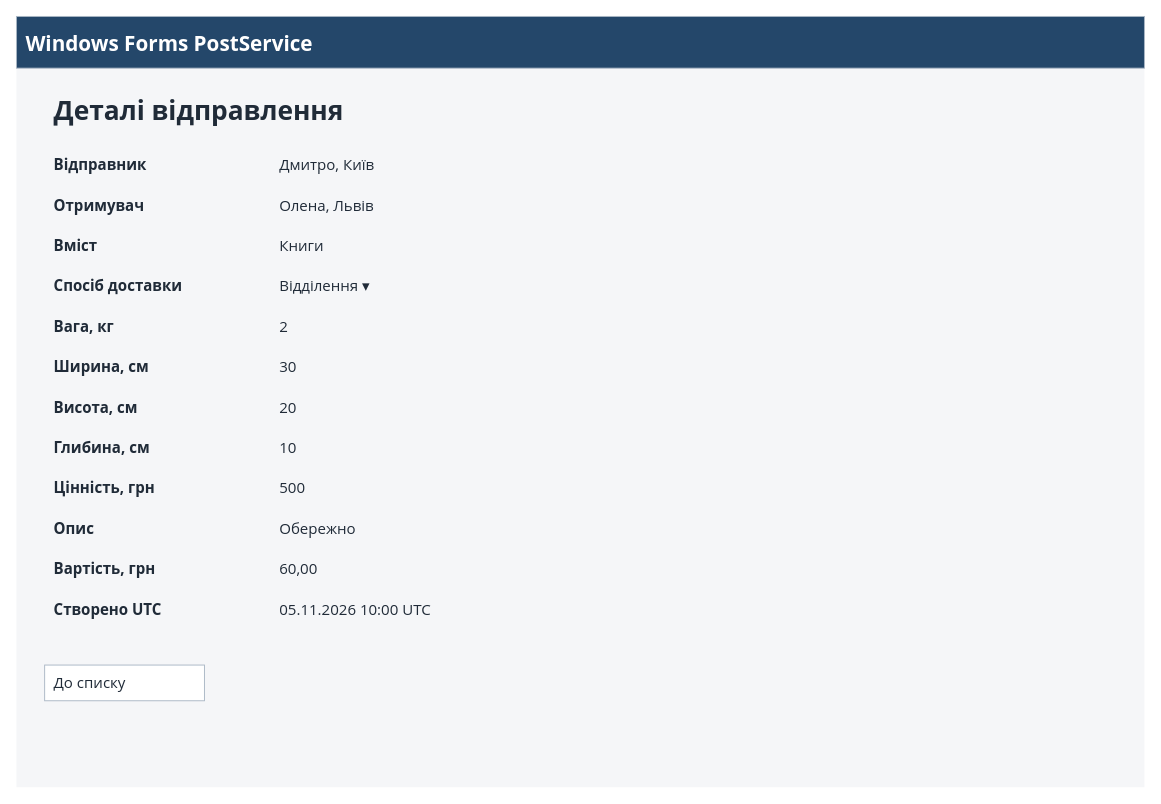
Before: page "win-details" (5 of 16) of Компоненти програмної інженерії/ПР-44 Макети/PostService.drawio in On1-kode/posta3.0-ta-inshi-practichni, a draw.io diagram. Source tidied: cells renumbered, new cells numbered last; positions are measured from the earlier drawing's top-left corner, leaving out a move shared by most shapes. Both pictures are drawn from the tidied source at 94%, with x=0, y=0 at pixel (16, 16).
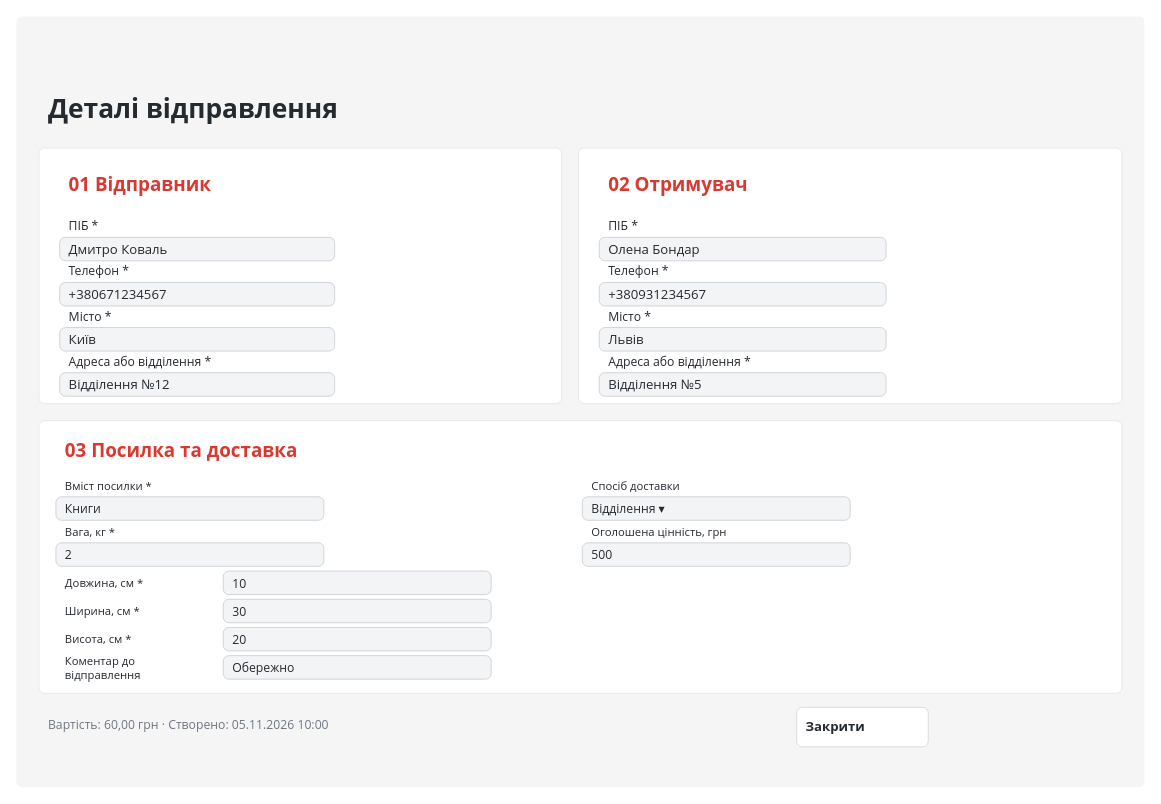
The same diagram, later.

The edit, as a diff of the source:
```diff
@@
-    <mxCell id="2" style="rounded=0;whiteSpace=wrap;html=0;fillColor=#f5f6f8;strokeColor=none;fontFamily=Segoe UI;fontSize=16;fontColor=#202b38;fontStyle=0;align=left;verticalAlign=middle;spacing=10;" parent="1" vertex="1">
+    <mxCell id="2" style="rounded=1;absoluteArcSize=1;arcSize=12;whiteSpace=wrap;html=0;fillColor=#f5f5f6;strokeColor=none;fontFamily=Segoe UI;fontSize=15;fontColor=#252a31;fontStyle=0;align=left;verticalAlign=middle;spacing=10;" parent="1" vertex="1">
       <mxGeometry width="1200" height="820" as="geometry" />
     </mxCell>
-    <mxCell id="3" value="Windows Forms   PostService" style="rounded=0;whiteSpace=wrap;html=0;fillColor=#24476a;strokeColor=#aab7c5;fontFamily=Segoe UI;fontSize=22;fontColor=#ffffff;fontStyle=1;align=left;verticalAlign=middle;spacing=10;" parent="1" vertex="1">
-      <mxGeometry width="1200" height="55" as="geometry" />
+    <mxCell id="3" value="Деталі відправлення" style="rounded=1;absoluteArcSize=1;arcSize=12;whiteSpace=wrap;html=0;fillColor=none;strokeColor=none;fontFamily=Segoe UI;fontSize=28;fontColor=#252a31;fontStyle=1;align=left;verticalAlign=middle;spacing=10;" parent="1" vertex="1">
+      <mxGeometry x="24" y="70" width="1152" height="55" as="geometry" />
     </mxCell>
-    <mxCell id="4" value="Деталі відправлення" style="rounded=0;whiteSpace=wrap;html=0;fillColor=none;strokeColor=none;fontFamily=Segoe UI;fontSize=28;fontColor=#202b38;fontStyle=1;align=left;verticalAlign=middle;spacing=10;" parent="1" vertex="1">
-      <mxGeometry x="30" y="75" width="1050" height="50" as="geometry" />
+    <mxCell id="4" style="rounded=1;absoluteArcSize=1;arcSize=12;whiteSpace=wrap;html=0;fillColor=#ffffff;strokeColor=#e5e7eb;fontFamily=Segoe UI;fontSize=15;fontColor=#252a31;fontStyle=0;align=left;verticalAlign=middle;spacing=10;" parent="1" vertex="1">
+      <mxGeometry x="24" y="140" width="556" height="272" as="geometry" />
     </mxCell>
-    <mxCell id="5" value="Відправник" style="rounded=0;whiteSpace=wrap;html=0;fillColor=none;strokeColor=none;fontFamily=Segoe UI;fontSize=16;fontColor=#202b38;fontStyle=1;align=left;verticalAlign=middle;spacing=10;" parent="1" vertex="1">
-      <mxGeometry x="30" y="140" width="220" height="36" as="geometry" />
+    <mxCell id="5" value="01  Відправник" style="rounded=1;absoluteArcSize=1;arcSize=12;whiteSpace=wrap;html=0;fillColor=none;strokeColor=none;fontFamily=Segoe UI;fontSize=20;fontColor=#d83a32;fontStyle=1;align=left;verticalAlign=middle;spacing=10;" parent="1" vertex="1">
+      <mxGeometry x="46" y="158" width="512" height="40" as="geometry" />
     </mxCell>
-    <mxCell id="6" value="Дмитро, Київ" style="rounded=0;whiteSpace=wrap;html=0;fillColor=none;strokeColor=none;fontFamily=Segoe UI;fontSize=16;fontColor=#202b38;fontStyle=0;align=left;verticalAlign=middle;spacing=10;" parent="1" vertex="1">
-      <mxGeometry x="270" y="140" width="820" height="36" as="geometry" />
+    <mxCell id="6" value="ПІБ *" style="rounded=1;absoluteArcSize=1;arcSize=12;whiteSpace=wrap;html=0;fillColor=none;strokeColor=none;fontFamily=Segoe UI;fontSize=13;fontColor=#252a31;fontStyle=0;align=left;verticalAlign=middle;spacing=10;" parent="1" vertex="1">
+      <mxGeometry x="46" y="214" width="512" height="18" as="geometry" />
     </mxCell>
-    <mxCell id="7" value="Отримувач" style="rounded=0;whiteSpace=wrap;html=0;fillColor=none;strokeColor=none;fontFamily=Segoe UI;fontSize=16;fontColor=#202b38;fontStyle=1;align=left;verticalAlign=middle;spacing=10;" parent="1" vertex="1">
-      <mxGeometry x="30" y="183" width="220" height="36" as="geometry" />
+    <mxCell id="7" value="Дмитро Коваль" style="rounded=1;absoluteArcSize=1;arcSize=12;whiteSpace=wrap;html=0;fillColor=#f3f4f5;strokeColor=#ced2d7;fontFamily=Segoe UI;fontSize=14;fontColor=#252a31;fontStyle=0;align=left;verticalAlign=middle;spacing=10;" parent="1" vertex="1">
+      <mxGeometry x="46" y="235" width="292.5" height="25" as="geometry" />
     </mxCell>
-    <mxCell id="8" value="Олена, Львів" style="rounded=0;whiteSpace=wrap;html=0;fillColor=none;strokeColor=none;fontFamily=Segoe UI;fontSize=16;fontColor=#202b38;fontStyle=0;align=left;verticalAlign=middle;spacing=10;" parent="1" vertex="1">
-      <mxGeometry x="270" y="183" width="820" height="36" as="geometry" />
+    <mxCell id="8" value="Телефон *" style="rounded=1;absoluteArcSize=1;arcSize=12;whiteSpace=wrap;html=0;fillColor=none;strokeColor=none;fontFamily=Segoe UI;fontSize=13;fontColor=#252a31;fontStyle=0;align=left;verticalAlign=middle;spacing=10;" parent="1" vertex="1">
+      <mxGeometry x="46" y="262" width="512" height="18" as="geometry" />
     </mxCell>
-    <mxCell id="9" value="Вміст" style="rounded=0;whiteSpace=wrap;html=0;fillColor=none;strokeColor=none;fontFamily=Segoe UI;fontSize=16;fontColor=#202b38;fontStyle=1;align=left;verticalAlign=middle;spacing=10;" parent="1" vertex="1">
-      <mxGeometry x="30" y="226" width="220" height="36" as="geometry" />
+    <mxCell id="9" value="+380671234567" style="rounded=1;absoluteArcSize=1;arcSize=12;whiteSpace=wrap;html=0;fillColor=#f3f4f5;strokeColor=#ced2d7;fontFamily=Segoe UI;fontSize=14;fontColor=#252a31;fontStyle=0;align=left;verticalAlign=middle;spacing=10;" parent="1" vertex="1">
+      <mxGeometry x="46" y="283" width="292.5" height="25" as="geometry" />
     </mxCell>
-    <mxCell id="10" value="Книги" style="rounded=0;whiteSpace=wrap;html=0;fillColor=none;strokeColor=none;fontFamily=Segoe UI;fontSize=16;fontColor=#202b38;fontStyle=0;align=left;verticalAlign=middle;spacing=10;" parent="1" vertex="1">
-      <mxGeometry x="270" y="226" width="820" height="36" as="geometry" />
+    <mxCell id="10" value="Місто *" style="rounded=1;absoluteArcSize=1;arcSize=12;whiteSpace=wrap;html=0;fillColor=none;strokeColor=none;fontFamily=Segoe UI;fontSize=13;fontColor=#252a31;fontStyle=0;align=left;verticalAlign=middle;spacing=10;" parent="1" vertex="1">
+      <mxGeometry x="46" y="310" width="512" height="18" as="geometry" />
     </mxCell>
-    <mxCell id="11" value="Спосіб доставки" style="rounded=0;whiteSpace=wrap;html=0;fillColor=none;strokeColor=none;fontFamily=Segoe UI;fontSize=16;fontColor=#202b38;fontStyle=1;align=left;verticalAlign=middle;spacing=10;" parent="1" vertex="1">
-      <mxGeometry x="30" y="269" width="220" height="36" as="geometry" />
+    <mxCell id="11" value="Київ" style="rounded=1;absoluteArcSize=1;arcSize=12;whiteSpace=wrap;html=0;fillColor=#f3f4f5;strokeColor=#ced2d7;fontFamily=Segoe UI;fontSize=14;fontColor=#252a31;fontStyle=0;align=left;verticalAlign=middle;spacing=10;" parent="1" vertex="1">
+      <mxGeometry x="46" y="331" width="292.5" height="25" as="geometry" />
     </mxCell>
-    <mxCell id="12" value="Відділення ▾" style="rounded=0;whiteSpace=wrap;html=0;fillColor=none;strokeColor=none;fontFamily=Segoe UI;fontSize=16;fontColor=#202b38;fontStyle=0;align=left;verticalAlign=middle;spacing=10;" parent="1" vertex="1">
-      <mxGeometry x="270" y="269" width="820" height="36" as="geometry" />
+    <mxCell id="12" value="Адреса або відділення *" style="rounded=1;absoluteArcSize=1;arcSize=12;whiteSpace=wrap;html=0;fillColor=none;strokeColor=none;fontFamily=Segoe UI;fontSize=13;fontColor=#252a31;fontStyle=0;align=left;verticalAlign=middle;spacing=10;" parent="1" vertex="1">
+      <mxGeometry x="46" y="358" width="512" height="18" as="geometry" />
     </mxCell>
-    <mxCell id="13" value="Вага, кг" style="rounded=0;whiteSpace=wrap;html=0;fillColor=none;strokeColor=none;fontFamily=Segoe UI;fontSize=16;fontColor=#202b38;fontStyle=1;align=left;verticalAlign=middle;spacing=10;" parent="1" vertex="1">
-      <mxGeometry x="30" y="312" width="220" height="36" as="geometry" />
+    <mxCell id="13" value="Відділення №12" style="rounded=1;absoluteArcSize=1;arcSize=12;whiteSpace=wrap;html=0;fillColor=#f3f4f5;strokeColor=#ced2d7;fontFamily=Segoe UI;fontSize=14;fontColor=#252a31;fontStyle=0;align=left;verticalAlign=middle;spacing=10;" parent="1" vertex="1">
+      <mxGeometry x="46" y="379" width="292.5" height="25" as="geometry" />
     </mxCell>
-    <mxCell id="14" value="2" style="rounded=0;whiteSpace=wrap;html=0;fillColor=none;strokeColor=none;fontFamily=Segoe UI;fontSize=16;fontColor=#202b38;fontStyle=0;align=left;verticalAlign=middle;spacing=10;" parent="1" vertex="1">
-      <mxGeometry x="270" y="312" width="820" height="36" as="geometry" />
+    <mxCell id="14" style="rounded=1;absoluteArcSize=1;arcSize=12;whiteSpace=wrap;html=0;fillColor=#ffffff;strokeColor=#e5e7eb;fontFamily=Segoe UI;fontSize=15;fontColor=#252a31;fontStyle=0;align=left;verticalAlign=middle;spacing=10;" parent="1" vertex="1">
+      <mxGeometry x="598" y="140" width="578" height="272" as="geometry" />
     </mxCell>
-    <mxCell id="15" value="Ширина, см" style="rounded=0;whiteSpace=wrap;html=0;fillColor=none;strokeColor=none;fontFamily=Segoe UI;fontSize=16;fontColor=#202b38;fontStyle=1;align=left;verticalAlign=middle;spacing=10;" parent="1" vertex="1">
-      <mxGeometry x="30" y="355" width="220" height="36" as="geometry" />
+    <mxCell id="15" value="02  Отримувач" style="rounded=1;absoluteArcSize=1;arcSize=12;whiteSpace=wrap;html=0;fillColor=none;strokeColor=none;fontFamily=Segoe UI;fontSize=20;fontColor=#d83a32;fontStyle=1;align=left;verticalAlign=middle;spacing=10;" parent="1" vertex="1">
+      <mxGeometry x="620" y="158" width="534" height="40" as="geometry" />
     </mxCell>
-    <mxCell id="16" value="30" style="rounded=0;whiteSpace=wrap;html=0;fillColor=none;strokeColor=none;fontFamily=Segoe UI;fontSize=16;fontColor=#202b38;fontStyle=0;align=left;verticalAlign=middle;spacing=10;" parent="1" vertex="1">
-      <mxGeometry x="270" y="355" width="820" height="36" as="geometry" />
+    <mxCell id="16" value="ПІБ *" style="rounded=1;absoluteArcSize=1;arcSize=12;whiteSpace=wrap;html=0;fillColor=none;strokeColor=none;fontFamily=Segoe UI;fontSize=13;fontColor=#252a31;fontStyle=0;align=left;verticalAlign=middle;spacing=10;" parent="1" vertex="1">
+      <mxGeometry x="620" y="214" width="534" height="18" as="geometry" />
     </mxCell>
-    <mxCell id="17" value="Висота, см" style="rounded=0;whiteSpace=wrap;html=0;fillColor=none;strokeColor=none;fontFamily=Segoe UI;fontSize=16;fontColor=#202b38;fontStyle=1;align=left;verticalAlign=middle;spacing=10;" parent="1" vertex="1">
-      <mxGeometry x="30" y="398" width="220" height="36" as="geometry" />
+    <mxCell id="17" value="Олена Бондар" style="rounded=1;absoluteArcSize=1;arcSize=12;whiteSpace=wrap;html=0;fillColor=#f3f4f5;strokeColor=#ced2d7;fontFamily=Segoe UI;fontSize=14;fontColor=#252a31;fontStyle=0;align=left;verticalAlign=middle;spacing=10;" parent="1" vertex="1">
+      <mxGeometry x="620" y="235" width="305.2" height="25" as="geometry" />
     </mxCell>
-    <mxCell id="18" value="20" style="rounded=0;whiteSpace=wrap;html=0;fillColor=none;strokeColor=none;fontFamily=Segoe UI;fontSize=16;fontColor=#202b38;fontStyle=0;align=left;verticalAlign=middle;spacing=10;" parent="1" vertex="1">
-      <mxGeometry x="270" y="398" width="820" height="36" as="geometry" />
+    <mxCell id="18" value="Телефон *" style="rounded=1;absoluteArcSize=1;arcSize=12;whiteSpace=wrap;html=0;fillColor=none;strokeColor=none;fontFamily=Segoe UI;fontSize=13;fontColor=#252a31;fontStyle=0;align=left;verticalAlign=middle;spacing=10;" parent="1" vertex="1">
+      <mxGeometry x="620" y="262" width="534" height="18" as="geometry" />
     </mxCell>
-    <mxCell id="19" value="Глибина, см" style="rounded=0;whiteSpace=wrap;html=0;fillColor=none;strokeColor=none;fontFamily=Segoe UI;fontSize=16;fontColor=#202b38;fontStyle=1;align=left;verticalAlign=middle;spacing=10;" parent="1" vertex="1">
-      <mxGeometry x="30" y="441" width="220" height="36" as="geometry" />
+    <mxCell id="19" value="+380931234567" style="rounded=1;absoluteArcSize=1;arcSize=12;whiteSpace=wrap;html=0;fillColor=#f3f4f5;strokeColor=#ced2d7;fontFamily=Segoe UI;fontSize=14;fontColor=#252a31;fontStyle=0;align=left;verticalAlign=middle;spacing=10;" parent="1" vertex="1">
+      <mxGeometry x="620" y="283" width="305.2" height="25" as="geometry" />
     </mxCell>
-    <mxCell id="20" value="10" style="rounded=0;whiteSpace=wrap;html=0;fillColor=none;strokeColor=none;fontFamily=Segoe UI;fontSize=16;fontColor=#202b38;fontStyle=0;align=left;verticalAlign=middle;spacing=10;" parent="1" vertex="1">
-      <mxGeometry x="270" y="441" width="820" height="36" as="geometry" />
+    <mxCell id="20" value="Місто *" style="rounded=1;absoluteArcSize=1;arcSize=12;whiteSpace=wrap;html=0;fillColor=none;strokeColor=none;fontFamily=Segoe UI;fontSize=13;fontColor=#252a31;fontStyle=0;align=left;verticalAlign=middle;spacing=10;" parent="1" vertex="1">
+      <mxGeometry x="620" y="310" width="534" height="18" as="geometry" />
     </mxCell>
-    <mxCell id="21" value="Цінність, грн" style="rounded=0;whiteSpace=wrap;html=0;fillColor=none;strokeColor=none;fontFamily=Segoe UI;fontSize=16;fontColor=#202b38;fontStyle=1;align=left;verticalAlign=middle;spacing=10;" parent="1" vertex="1">
-      <mxGeometry x="30" y="484" width="220" height="36" as="geometry" />
+    <mxCell id="21" value="Львів" style="rounded=1;absoluteArcSize=1;arcSize=12;whiteSpace=wrap;html=0;fillColor=#f3f4f5;strokeColor=#ced2d7;fontFamily=Segoe UI;fontSize=14;fontColor=#252a31;fontStyle=0;align=left;verticalAlign=middle;spacing=10;" parent="1" vertex="1">
+      <mxGeometry x="620" y="331" width="305.2" height="25" as="geometry" />
     </mxCell>
-    <mxCell id="22" value="500" style="rounded=0;whiteSpace=wrap;html=0;fillColor=none;strokeColor=none;fontFamily=Segoe UI;fontSize=16;fontColor=#202b38;fontStyle=0;align=left;verticalAlign=middle;spacing=10;" parent="1" vertex="1">
-      <mxGeometry x="270" y="484" width="820" height="36" as="geometry" />
+    <mxCell id="22" value="Адреса або відділення *" style="rounded=1;absoluteArcSize=1;arcSize=12;whiteSpace=wrap;html=0;fillColor=none;strokeColor=none;fontFamily=Segoe UI;fontSize=13;fontColor=#252a31;fontStyle=0;align=left;verticalAlign=middle;spacing=10;" parent="1" vertex="1">
+      <mxGeometry x="620" y="358" width="534" height="18" as="geometry" />
     </mxCell>
-    <mxCell id="23" value="Опис" style="rounded=0;whiteSpace=wrap;html=0;fillColor=none;strokeColor=none;fontFamily=Segoe UI;fontSize=16;fontColor=#202b38;fontStyle=1;align=left;verticalAlign=middle;spacing=10;" parent="1" vertex="1">
-      <mxGeometry x="30" y="527" width="220" height="36" as="geometry" />
+    <mxCell id="23" value="Відділення №5" style="rounded=1;absoluteArcSize=1;arcSize=12;whiteSpace=wrap;html=0;fillColor=#f3f4f5;strokeColor=#ced2d7;fontFamily=Segoe UI;fontSize=14;fontColor=#252a31;fontStyle=0;align=left;verticalAlign=middle;spacing=10;" parent="1" vertex="1">
+      <mxGeometry x="620" y="379" width="305.2" height="25" as="geometry" />
     </mxCell>
-    <mxCell id="24" value="Обережно" style="rounded=0;whiteSpace=wrap;html=0;fillColor=none;strokeColor=none;fontFamily=Segoe UI;fontSize=16;fontColor=#202b38;fontStyle=0;align=left;verticalAlign=middle;spacing=10;" parent="1" vertex="1">
-      <mxGeometry x="270" y="527" width="820" height="36" as="geometry" />
+    <mxCell id="24" style="rounded=1;absoluteArcSize=1;arcSize=12;whiteSpace=wrap;html=0;fillColor=#ffffff;strokeColor=#e5e7eb;fontFamily=Segoe UI;fontSize=15;fontColor=#252a31;fontStyle=0;align=left;verticalAlign=middle;spacing=10;" parent="1" vertex="1">
+      <mxGeometry x="24" y="430" width="1152" height="290" as="geometry" />
     </mxCell>
-    <mxCell id="25" value="Вартість, грн" style="rounded=0;whiteSpace=wrap;html=0;fillColor=none;strokeColor=none;fontFamily=Segoe UI;fontSize=16;fontColor=#202b38;fontStyle=1;align=left;verticalAlign=middle;spacing=10;" parent="1" vertex="1">
-      <mxGeometry x="30" y="570" width="220" height="36" as="geometry" />
+    <mxCell id="25" value="03  Посилка та доставка" style="rounded=1;absoluteArcSize=1;arcSize=12;whiteSpace=wrap;html=0;fillColor=none;strokeColor=none;fontFamily=Segoe UI;fontSize=20;fontColor=#d83a32;fontStyle=1;align=left;verticalAlign=middle;spacing=10;" parent="1" vertex="1">
+      <mxGeometry x="42" y="445" width="1090" height="32" as="geometry" />
     </mxCell>
-    <mxCell id="26" value="60,00" style="rounded=0;whiteSpace=wrap;html=0;fillColor=none;strokeColor=none;fontFamily=Segoe UI;fontSize=16;fontColor=#202b38;fontStyle=0;align=left;verticalAlign=middle;spacing=10;" parent="1" vertex="1">
-      <mxGeometry x="270" y="570" width="820" height="36" as="geometry" />
+    <mxCell id="26" value="Вміст посилки *" style="rounded=1;absoluteArcSize=1;arcSize=12;whiteSpace=wrap;html=0;fillColor=none;strokeColor=none;fontFamily=Segoe UI;fontSize=12;fontColor=#252a31;fontStyle=0;align=left;verticalAlign=middle;spacing=10;" parent="1" vertex="1">
+      <mxGeometry x="42" y="490" width="500" height="20" as="geometry" />
     </mxCell>
-    <mxCell id="27" value="Створено UTC" style="rounded=0;whiteSpace=wrap;html=0;fillColor=none;strokeColor=none;fontFamily=Segoe UI;fontSize=16;fontColor=#202b38;fontStyle=1;align=left;verticalAlign=middle;spacing=10;" parent="1" vertex="1">
-      <mxGeometry x="30" y="613" width="220" height="36" as="geometry" />
+    <mxCell id="27" value="Книги" style="rounded=1;absoluteArcSize=1;arcSize=12;whiteSpace=wrap;html=0;fillColor=#f3f4f5;strokeColor=#ced2d7;fontFamily=Segoe UI;fontSize=13;fontColor=#252a31;fontStyle=0;align=left;verticalAlign=middle;spacing=10;" parent="1" vertex="1">
+      <mxGeometry x="42" y="511" width="285" height="25" as="geometry" />
     </mxCell>
-    <mxCell id="28" value="05.11.2026 10:00 UTC" style="rounded=0;whiteSpace=wrap;html=0;fillColor=none;strokeColor=none;fontFamily=Segoe UI;fontSize=16;fontColor=#202b38;fontStyle=0;align=left;verticalAlign=middle;spacing=10;" parent="1" vertex="1">
-      <mxGeometry x="270" y="613" width="820" height="36" as="geometry" />
+    <mxCell id="28" value="Спосіб доставки" style="rounded=1;absoluteArcSize=1;arcSize=12;whiteSpace=wrap;html=0;fillColor=none;strokeColor=none;fontFamily=Segoe UI;fontSize=12;fontColor=#252a31;fontStyle=0;align=left;verticalAlign=middle;spacing=10;" parent="1" vertex="1">
+      <mxGeometry x="602" y="490" width="500" height="20" as="geometry" />
     </mxCell>
-    <mxCell id="29" value="До списку" style="rounded=0;whiteSpace=wrap;html=0;fillColor=#ffffff;strokeColor=#aab7c5;fontFamily=Segoe UI;fontSize=16;fontColor=#202b38;fontStyle=0;align=left;verticalAlign=middle;spacing=10;" parent="1" vertex="1">
-      <mxGeometry x="30" y="690" width="170" height="38" as="geometry" />
+    <mxCell id="29" value="Відділення ▾" style="rounded=1;absoluteArcSize=1;arcSize=12;whiteSpace=wrap;html=0;fillColor=#f3f4f5;strokeColor=#ced2d7;fontFamily=Segoe UI;fontSize=13;fontColor=#252a31;fontStyle=0;align=left;verticalAlign=middle;spacing=10;" parent="1" vertex="1">
+      <mxGeometry x="602" y="511" width="285" height="25" as="geometry" />
     </mxCell>
+    <mxCell id="30" value="Вага, кг *" style="rounded=1;absoluteArcSize=1;arcSize=12;whiteSpace=wrap;html=0;fillColor=none;strokeColor=none;fontFamily=Segoe UI;fontSize=12;fontColor=#252a31;fontStyle=0;align=left;verticalAlign=middle;spacing=10;" parent="1" vertex="1">
+      <mxGeometry x="42" y="539" width="500" height="20" as="geometry" />
+    </mxCell>
+    <mxCell id="31" value="2" style="rounded=1;absoluteArcSize=1;arcSize=12;whiteSpace=wrap;html=0;fillColor=#f3f4f5;strokeColor=#ced2d7;fontFamily=Segoe UI;fontSize=13;fontColor=#252a31;fontStyle=0;align=left;verticalAlign=middle;spacing=10;" parent="1" vertex="1">
+      <mxGeometry x="42" y="560" width="285" height="25" as="geometry" />
+    </mxCell>
+    <mxCell id="32" value="Оголошена цінність, грн" style="rounded=1;absoluteArcSize=1;arcSize=12;whiteSpace=wrap;html=0;fillColor=none;strokeColor=none;fontFamily=Segoe UI;fontSize=12;fontColor=#252a31;fontStyle=0;align=left;verticalAlign=middle;spacing=10;" parent="1" vertex="1">
+      <mxGeometry x="602" y="539" width="500" height="20" as="geometry" />
+    </mxCell>
+    <mxCell id="33" value="500" style="rounded=1;absoluteArcSize=1;arcSize=12;whiteSpace=wrap;html=0;fillColor=#f3f4f5;strokeColor=#ced2d7;fontFamily=Segoe UI;fontSize=13;fontColor=#252a31;fontStyle=0;align=left;verticalAlign=middle;spacing=10;" parent="1" vertex="1">
+      <mxGeometry x="602" y="560" width="285" height="25" as="geometry" />
+    </mxCell>
+    <mxCell id="34" value="Довжина, см *" style="rounded=1;absoluteArcSize=1;arcSize=12;whiteSpace=wrap;html=0;fillColor=none;strokeColor=none;fontFamily=Segoe UI;fontSize=12;fontColor=#252a31;fontStyle=0;align=left;verticalAlign=middle;spacing=10;" parent="1" vertex="1">
+      <mxGeometry x="42" y="590" width="175" height="25" as="geometry" />
+    </mxCell>
+    <mxCell id="35" value="10" style="rounded=1;absoluteArcSize=1;arcSize=12;whiteSpace=wrap;html=0;fillColor=#f3f4f5;strokeColor=#ced2d7;fontFamily=Segoe UI;fontSize=13;fontColor=#252a31;fontStyle=0;align=left;verticalAlign=middle;spacing=10;" parent="1" vertex="1">
+      <mxGeometry x="220" y="590" width="285" height="25" as="geometry" />
+    </mxCell>
+    <mxCell id="36" value="Ширина, см *" style="rounded=1;absoluteArcSize=1;arcSize=12;whiteSpace=wrap;html=0;fillColor=none;strokeColor=none;fontFamily=Segoe UI;fontSize=12;fontColor=#252a31;fontStyle=0;align=left;verticalAlign=middle;spacing=10;" parent="1" vertex="1">
+      <mxGeometry x="42" y="620" width="175" height="25" as="geometry" />
+    </mxCell>
+    <mxCell id="37" value="30" style="rounded=1;absoluteArcSize=1;arcSize=12;whiteSpace=wrap;html=0;fillColor=#f3f4f5;strokeColor=#ced2d7;fontFamily=Segoe UI;fontSize=13;fontColor=#252a31;fontStyle=0;align=left;verticalAlign=middle;spacing=10;" parent="1" vertex="1">
+      <mxGeometry x="220" y="620" width="285" height="25" as="geometry" />
+    </mxCell>
+    <mxCell id="38" value="Висота, см *" style="rounded=1;absoluteArcSize=1;arcSize=12;whiteSpace=wrap;html=0;fillColor=none;strokeColor=none;fontFamily=Segoe UI;fontSize=12;fontColor=#252a31;fontStyle=0;align=left;verticalAlign=middle;spacing=10;" parent="1" vertex="1">
+      <mxGeometry x="42" y="650" width="175" height="25" as="geometry" />
+    </mxCell>
+    <mxCell id="39" value="20" style="rounded=1;absoluteArcSize=1;arcSize=12;whiteSpace=wrap;html=0;fillColor=#f3f4f5;strokeColor=#ced2d7;fontFamily=Segoe UI;fontSize=13;fontColor=#252a31;fontStyle=0;align=left;verticalAlign=middle;spacing=10;" parent="1" vertex="1">
+      <mxGeometry x="220" y="650" width="285" height="25" as="geometry" />
+    </mxCell>
+    <mxCell id="40" value="Коментар до відправлення" style="rounded=1;absoluteArcSize=1;arcSize=12;whiteSpace=wrap;html=0;fillColor=none;strokeColor=none;fontFamily=Segoe UI;fontSize=12;fontColor=#252a31;fontStyle=0;align=left;verticalAlign=middle;spacing=10;" parent="1" vertex="1">
+      <mxGeometry x="42" y="680" width="175" height="25" as="geometry" />
+    </mxCell>
+    <mxCell id="41" value="Обережно" style="rounded=1;absoluteArcSize=1;arcSize=12;whiteSpace=wrap;html=0;fillColor=#f3f4f5;strokeColor=#ced2d7;fontFamily=Segoe UI;fontSize=13;fontColor=#252a31;fontStyle=0;align=left;verticalAlign=middle;spacing=10;" parent="1" vertex="1">
+      <mxGeometry x="220" y="680" width="285" height="25" as="geometry" />
+    </mxCell>
+    <mxCell id="42" value="Вартість: 60,00 грн · Створено: 05.11.2026 10:00" style="rounded=1;absoluteArcSize=1;arcSize=12;whiteSpace=wrap;html=0;fillColor=none;strokeColor=none;fontFamily=Segoe UI;fontSize=13;fontColor=#707780;fontStyle=0;align=left;verticalAlign=middle;spacing=10;" parent="1" vertex="1">
+      <mxGeometry x="24" y="735" width="660" height="35" as="geometry" />
+    </mxCell>
+    <mxCell id="43" value="Закрити" style="rounded=1;absoluteArcSize=1;arcSize=12;whiteSpace=wrap;html=0;fillColor=#ffffff;strokeColor=#d7dadd;fontFamily=Segoe UI;fontSize=14;fontColor=#252a31;fontStyle=1;align=left;verticalAlign=middle;spacing=10;" parent="1" vertex="1">
+      <mxGeometry x="830" y="735" width="140" height="42" as="geometry" />
+    </mxCell>
```
